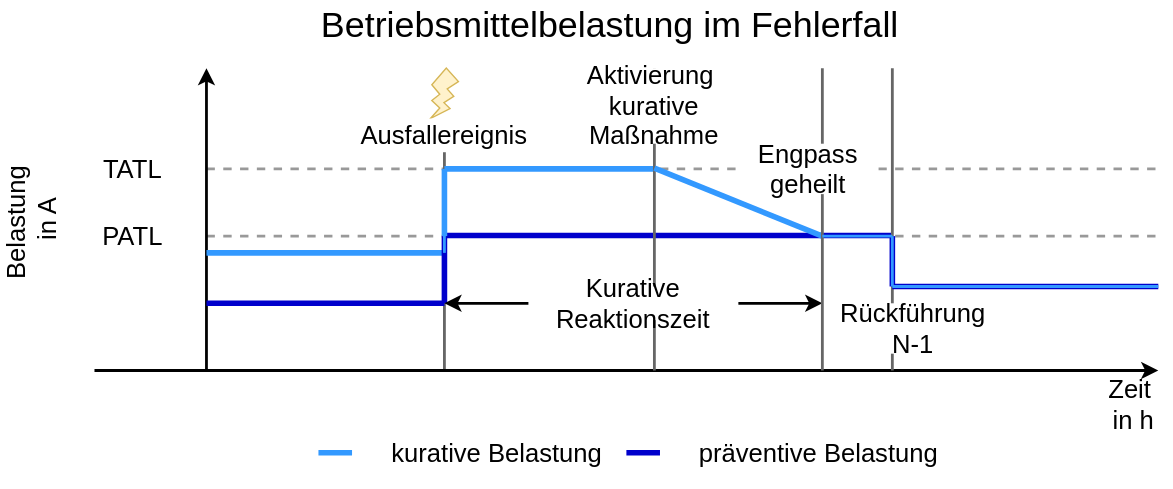
Before: figures/chapter_2/preventiv_vs._curative_redispatch.svg, a diagram exported from draw.io (nikolaus0812/Masterarbeit-Ausgestaltung-eines-Marktmechanismus-fuer-kurative-Systemfuehrung-zur-Engpassbehebung). Source tidied: cells renumbered, new cells last; positions are measured from the earlier drawing's top-left corner, leaving out a move shared by most shapes.
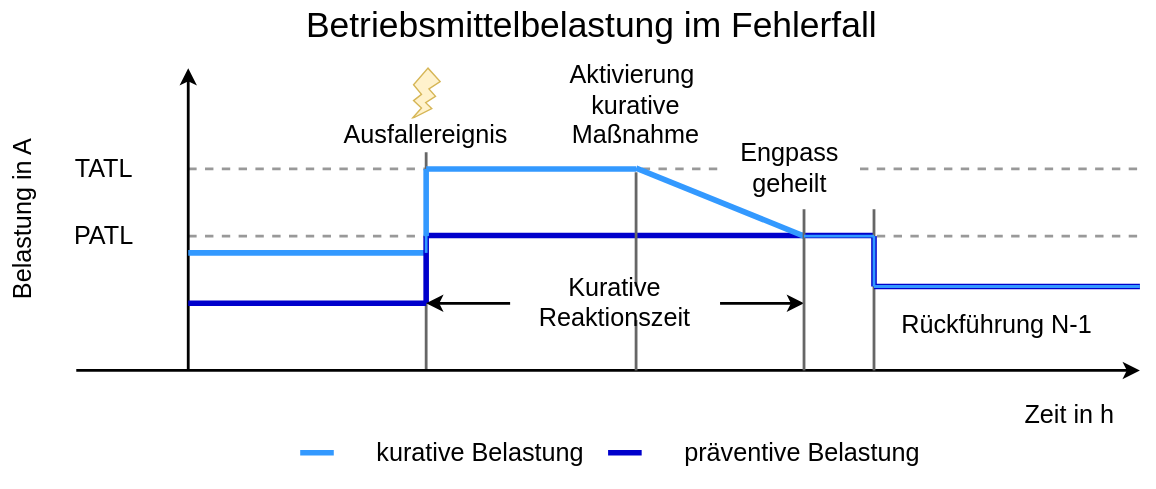
After the commit.

What changed in the source:
```diff
@@ -41,11 +41,11 @@
         <mxPoint x="885" y="264" as="targetPoint" />
       </mxGeometry>
     </mxCell>
-    <mxCell id="10" value="Zeit&#10; in h" style="text;whiteSpace=wrap;strokeColor=none;fillColor=none;align=center;verticalAlign=middle;rounded=0;rotation=0;fontStyle=0;fontSize=18.3;fontFamily=Helvetica;" parent="1" vertex="1">
-      <mxGeometry x="835" y="264" width="60" height="48" as="geometry" />
+    <mxCell id="10" value="Zeit in h" style="text;whiteSpace=wrap;strokeColor=none;fillColor=none;align=center;verticalAlign=middle;rounded=0;rotation=0;fontStyle=0;fontSize=18;fontFamily=Helvetica;" parent="1" vertex="1">
+      <mxGeometry x="775" y="278.4" width="120" height="36" as="geometry" />
     </mxCell>
-    <mxCell id="11" value="Belastung &#10;in A" style="text;whiteSpace=wrap;strokeColor=none;fillColor=none;align=center;verticalAlign=middle;rounded=0;fontStyle=0;fontSize=18.3;fontFamily=Helvetica;rotation=-90;" parent="1" vertex="1">
-      <mxGeometry y="138" width="160" height="36" as="geometry" />
+    <mxCell id="11" value="Belastung in A" style="text;whiteSpace=wrap;strokeColor=none;fillColor=none;align=center;verticalAlign=middle;rounded=0;fontStyle=0;fontSize=18;fontFamily=Helvetica;rotation=-90;" parent="1" vertex="1">
+      <mxGeometry x="-3" y="139.2" width="180" height="33.6" as="geometry" />
     </mxCell>
     <mxCell id="12" style="endArrow=none;rounded=0;fillColor=#f8cecc;strokeColor=#666666;strokeWidth=2;fontFamily=Helvetica;" parent="1" edge="1" source="27">
       <mxGeometry relative="1" as="geometry">
@@ -67,7 +67,7 @@
     <mxCell id="15" style="endArrow=none;rounded=0;fillColor=#f8cecc;strokeColor=#666666;strokeWidth=2;fontFamily=Helvetica;" parent="1" edge="1">
       <mxGeometry relative="1" as="geometry">
         <mxPoint x="695" y="264" as="sourcePoint" />
-        <mxPoint x="695" y="48" as="targetPoint" />
+        <mxPoint x="695" y="148.8" as="targetPoint" />
       </mxGeometry>
     </mxCell>
     <mxCell id="16" style="endArrow=none;rounded=0;fillColor=#6666FF;strokeColor=#3399FF;strokeWidth=4;fontFamily=Helvetica;" parent="1" edge="1">
@@ -88,19 +88,19 @@
         <mxPoint x="885" y="204" as="targetPoint" />
       </mxGeometry>
     </mxCell>
-    <mxCell id="19" value="TATL" style="text;whiteSpace=wrap;strokeColor=none;fillColor=none;align=center;verticalAlign=middle;rounded=0;fontStyle=0;fontSize=18.3;fontFamily=Helvetica;" parent="1" vertex="1">
-      <mxGeometry x="110" y="96" width="85" height="48" as="geometry" />
+    <mxCell id="19" value="TATL" style="text;whiteSpace=wrap;strokeColor=none;fillColor=none;align=center;verticalAlign=middle;rounded=0;fontStyle=0;fontSize=18;fontFamily=Helvetica;" parent="1" vertex="1">
+      <mxGeometry x="103" y="96" width="84" height="48" as="geometry" />
     </mxCell>
-    <mxCell id="20" value="PATL" style="text;whiteSpace=wrap;strokeColor=none;fillColor=none;align=center;verticalAlign=middle;rounded=0;fontStyle=0;fontSize=18.3;fontFamily=Helvetica;" parent="1" vertex="1">
-      <mxGeometry x="110" y="144" width="85" height="48" as="geometry" />
+    <mxCell id="20" value="PATL" style="text;whiteSpace=wrap;strokeColor=none;fillColor=none;align=center;verticalAlign=middle;rounded=0;fontStyle=0;fontSize=18;fontFamily=Helvetica;" parent="1" vertex="1">
+      <mxGeometry x="103" y="144" width="84" height="48" as="geometry" />
     </mxCell>
     <mxCell id="21" style="endArrow=none;rounded=0;fillColor=#f8cecc;strokeColor=#666666;strokeWidth=2;fontFamily=Helvetica;" parent="1" edge="1">
       <mxGeometry relative="1" as="geometry">
         <mxPoint x="525" y="264" as="sourcePoint" />
-        <mxPoint x="525" y="48" as="targetPoint" />
+        <mxPoint x="525" y="122.4" as="targetPoint" />
       </mxGeometry>
     </mxCell>
-    <mxCell id="22" value="Aktivierung  kurative Maßnahme" style="text;whiteSpace=wrap;strokeColor=none;fillColor=default;align=center;verticalAlign=middle;rounded=0;fontStyle=0;fontSize=18.3;fontFamily=Helvetica;" parent="1" vertex="1">
+    <mxCell id="22" value="Aktivierung  kurative Maßnahme" style="text;whiteSpace=wrap;strokeColor=none;fillColor=default;align=center;verticalAlign=middle;rounded=0;fontStyle=0;fontSize=18;fontFamily=Helvetica;" parent="1" vertex="1">
       <mxGeometry x="445" y="48" width="160" height="54" as="geometry" />
     </mxCell>
     <mxCell id="23" style="endArrow=none;rounded=0;fillColor=#6666FF;strokeColor=#3399FF;strokeWidth=4;fontFamily=Helvetica;" parent="1" edge="1">
@@ -145,10 +145,10 @@
         <mxPoint x="529" y="322.8" as="targetPoint" />
       </mxGeometry>
     </mxCell>
-    <mxCell id="30" value="kurative Belastung " style="text;whiteSpace=wrap;strokeColor=none;fillColor=none;align=right;verticalAlign=middle;rounded=0;fontStyle=0;fontSize=18.3;fontFamily=Helvetica;" parent="1" vertex="1">
+    <mxCell id="30" value="kurative Belastung " style="text;whiteSpace=wrap;strokeColor=none;fillColor=none;align=right;verticalAlign=middle;rounded=0;fontStyle=0;fontSize=18;fontFamily=Helvetica;" parent="1" vertex="1">
       <mxGeometry x="315" y="297.6" width="180" height="50.4" as="geometry" />
     </mxCell>
-    <mxCell id="31" value="präventive Belastung " style="text;whiteSpace=wrap;strokeColor=none;fillColor=none;align=right;verticalAlign=middle;rounded=0;fontStyle=0;fontSize=18.3;fontFamily=Helvetica;" parent="1" vertex="1">
+    <mxCell id="31" value="präventive Belastung " style="text;whiteSpace=wrap;strokeColor=none;fillColor=none;align=right;verticalAlign=middle;rounded=0;fontStyle=0;fontSize=18;fontFamily=Helvetica;" parent="1" vertex="1">
       <mxGeometry x="535" y="297.6" width="200" height="50.4" as="geometry" />
     </mxCell>
     <mxCell id="32" style="endArrow=classic;startArrow=classic;html=1;rounded=0;strokeWidth=2;fontFamily=Helvetica;" parent="1" edge="1">
@@ -160,16 +160,16 @@
     <mxCell id="33" style="endArrow=none;rounded=0;fillColor=#f8cecc;strokeColor=#666666;strokeWidth=2;fontFamily=Helvetica;" parent="1" edge="1">
       <mxGeometry relative="1" as="geometry">
         <mxPoint x="645" y="264" as="sourcePoint" />
-        <mxPoint x="645" y="48" as="targetPoint" />
+        <mxPoint x="645" y="148.8" as="targetPoint" />
       </mxGeometry>
     </mxCell>
-    <mxCell id="34" value="Ausfallereignis" style="text;whiteSpace=wrap;strokeColor=none;fillColor=default;align=center;verticalAlign=middle;rounded=0;fontStyle=0;fontSize=18.3;fontFamily=Helvetica;" parent="1" vertex="1">
+    <mxCell id="34" value="Ausfallereignis" style="text;whiteSpace=wrap;strokeColor=none;fillColor=default;align=center;verticalAlign=middle;rounded=0;fontStyle=0;fontSize=18;fontFamily=Helvetica;" parent="1" vertex="1">
       <mxGeometry x="325" y="84" width="100" height="24" as="geometry" />
     </mxCell>
-    <mxCell id="35" value="Rückführung N-1" style="text;whiteSpace=wrap;strokeColor=none;fillColor=default;align=center;verticalAlign=middle;rounded=0;fontStyle=0;fontSize=18.3;fontFamily=Helvetica;" parent="1" vertex="1">
-      <mxGeometry x="655" y="216" width="110" height="36" as="geometry" />
+    <mxCell id="35" value="Rückführung N-1" style="text;whiteSpace=wrap;strokeColor=none;fillColor=default;align=center;verticalAlign=middle;rounded=0;fontStyle=0;fontSize=18;fontFamily=Helvetica;" parent="1" vertex="1">
+      <mxGeometry x="713" y="213.6" width="140" height="36" as="geometry" />
     </mxCell>
-    <mxCell id="36" value="Engpass geheilt" style="text;whiteSpace=wrap;strokeColor=none;fillColor=default;align=center;verticalAlign=middle;rounded=0;fontStyle=0;fontSize=18.3;fontFamily=Helvetica;" parent="1" vertex="1">
+    <mxCell id="36" value="Engpass geheilt" style="text;whiteSpace=wrap;strokeColor=none;fillColor=default;align=center;verticalAlign=middle;rounded=0;fontStyle=0;fontSize=18;fontFamily=Helvetica;" parent="1" vertex="1">
       <mxGeometry x="585" y="102" width="100" height="36" as="geometry" />
     </mxCell>
     <mxCell id="37" style="endArrow=none;rounded=0;fillColor=#6666FF;strokeColor=#3399FF;strokeWidth=2;fontFamily=Helvetica;" parent="1" edge="1">
@@ -190,7 +190,7 @@
         <mxPoint x="885" y="204" as="targetPoint" />
       </mxGeometry>
     </mxCell>
-    <mxCell id="40" value="Kurative Reaktionszeit" style="text;whiteSpace=wrap;strokeColor=none;fillColor=default;align=center;verticalAlign=middle;rounded=0;fontStyle=0;fontSize=18.3;fontFamily=Helvetica;" parent="1" vertex="1">
+    <mxCell id="40" value="Kurative Reaktionszeit" style="text;whiteSpace=wrap;strokeColor=none;fillColor=#FFFFFF;align=center;verticalAlign=middle;rounded=0;fontStyle=0;fontSize=18;fontFamily=Helvetica;" parent="1" vertex="1">
       <mxGeometry x="435" y="204" width="150" height="24" as="geometry" />
     </mxCell>
     <mxCell id="41" style="endArrow=none;rounded=0;fillColor=#6666FF;strokeColor=#3399FF;strokeWidth=2;fontFamily=Helvetica;" parent="1" edge="1">
@@ -199,7 +199,7 @@
         <mxPoint x="375" y="156" as="targetPoint" />
       </mxGeometry>
     </mxCell>
-    <mxCell id="42" value="Betriebsmittelbelastung im Fehlerfall" style="text;html=1;align=center;verticalAlign=middle;fontFamily=Helvetica;fontSize=25.6;fontStyle=0;" parent="1" vertex="1">
+    <mxCell id="42" value="Betriebsmittelbelastung im Fehlerfall" style="text;html=1;align=center;verticalAlign=middle;fontFamily=Helvetica;fontSize=25.3;fontStyle=0;" parent="1" vertex="1">
       <mxGeometry x="93" width="800" height="34" as="geometry" />
     </mxCell>
   </root>
```
